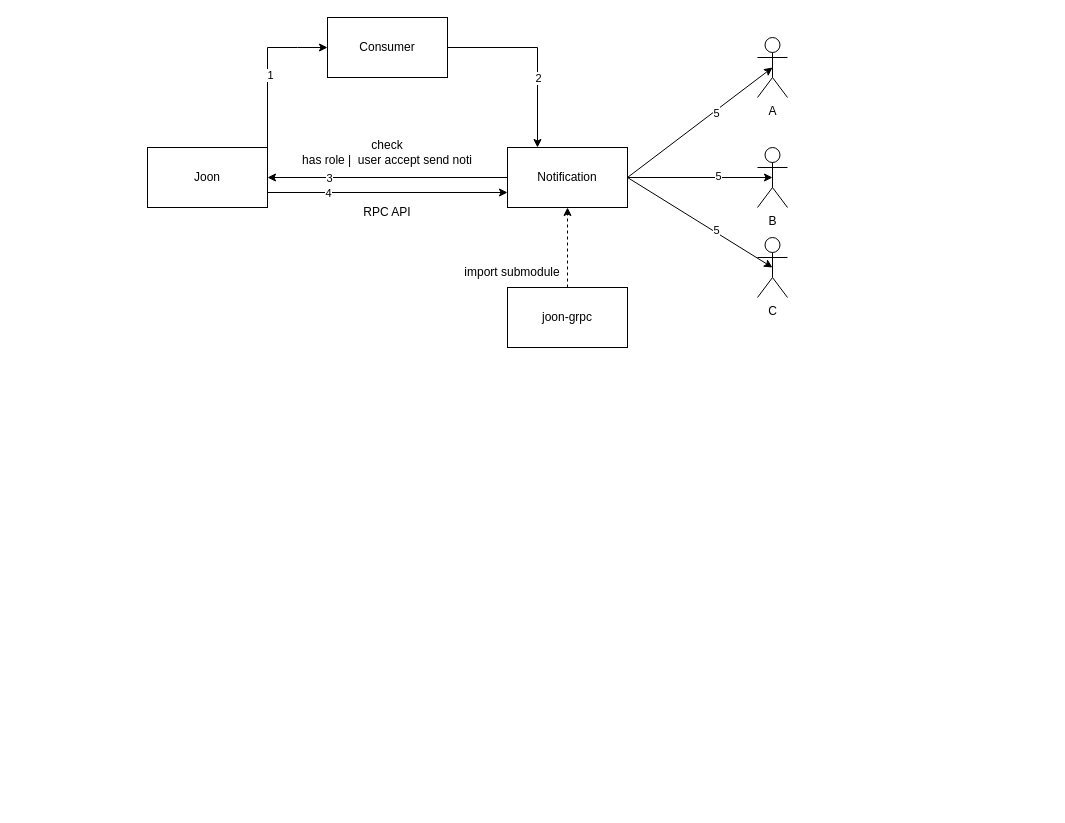
Duchieuctk41/learn_redis keeps this draw.io diagram as Untitled Diagram.drawio. Above is the earlier version. Source tidied: cells renumbered, new cells numbered last; positions are measured from the earlier drawing's top-left corner, leaving out a move shared by most shapes. Both pictures are drawn from the tidied source at 100%, with x=0, y=0 at pixel (147, 17).
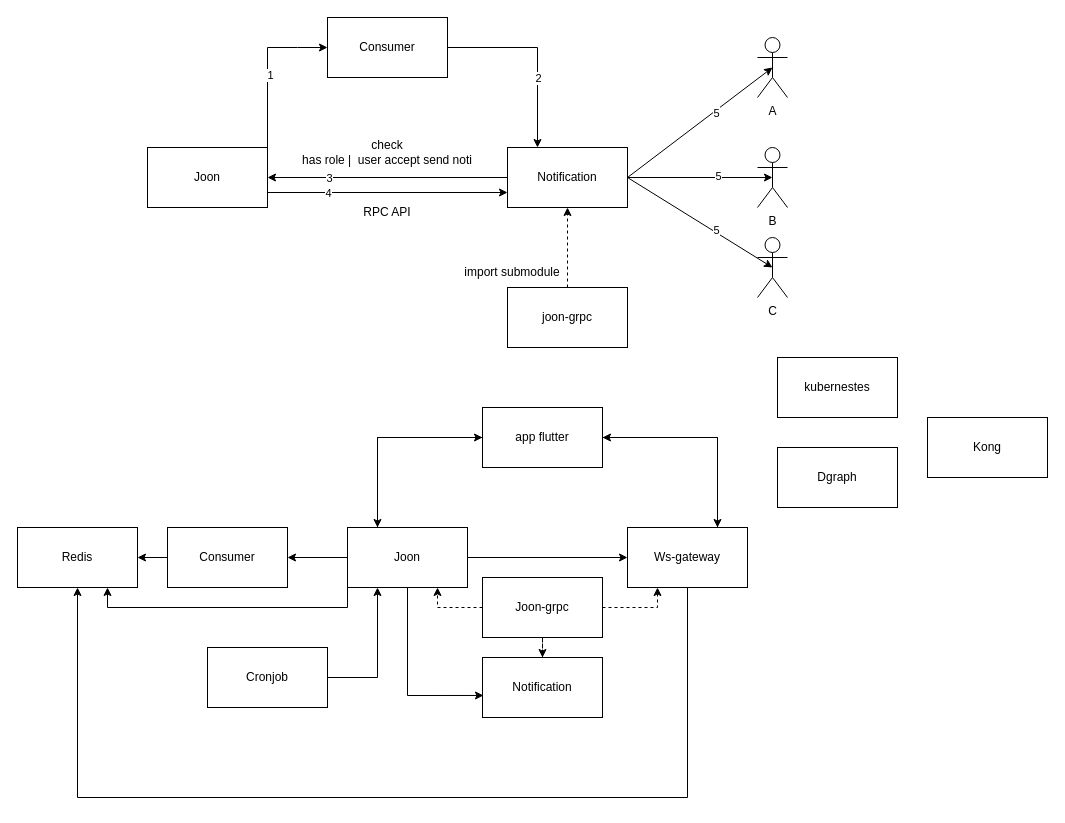
The same page after the edit.

Change to the diagram source:
```diff
@@
+    <mxCell id="27" style="edgeStyle=orthogonalEdgeStyle;rounded=0;jettySize=auto;html=1;entryX=1;entryY=0.5;entryDx=0;entryDy=0;" parent="1" edge="1" source="32" target="34">
+      <mxGeometry relative="1" as="geometry" />
+    </mxCell>
+    <mxCell id="28" style="edgeStyle=orthogonalEdgeStyle;rounded=0;jettySize=auto;html=1;entryX=0;entryY=0.5;entryDx=0;entryDy=0;" parent="1" edge="1" source="32" target="37">
+      <mxGeometry relative="1" as="geometry" />
+    </mxCell>
+    <mxCell id="29" style="edgeStyle=orthogonalEdgeStyle;rounded=0;jettySize=auto;html=1;entryX=0.008;entryY=0.633;entryDx=0;entryDy=0;entryPerimeter=0;" parent="1" edge="1" source="32" target="39">
+      <mxGeometry relative="1" as="geometry">
+        <Array as="points">
+          <mxPoint x="260" y="678" />
+        </Array>
+      </mxGeometry>
+    </mxCell>
+    <mxCell id="30" style="edgeStyle=orthogonalEdgeStyle;rounded=0;jettySize=auto;html=1;exitX=0;exitY=1;exitDx=0;exitDy=0;entryX=0.75;entryY=1;entryDx=0;entryDy=0;" parent="1" edge="1" source="32" target="48">
+      <mxGeometry relative="1" as="geometry">
+        <Array as="points">
+          <mxPoint x="200" y="590" />
+          <mxPoint x="-40" y="590" />
+        </Array>
+      </mxGeometry>
+    </mxCell>
+    <mxCell id="31" style="edgeStyle=orthogonalEdgeStyle;rounded=0;jettySize=auto;html=1;exitX=0.25;exitY=0;exitDx=0;exitDy=0;entryX=0;entryY=0.5;entryDx=0;entryDy=0;" parent="1" edge="1" source="32" target="47">
+      <mxGeometry relative="1" as="geometry" />
+    </mxCell>
+    <mxCell id="32" value="Joon" style="rounded=0;whiteSpace=wrap;html=1;" parent="1" vertex="1">
+      <mxGeometry x="200" y="510" width="120" height="60" as="geometry" />
+    </mxCell>
+    <mxCell id="33" style="edgeStyle=orthogonalEdgeStyle;rounded=0;jettySize=auto;html=1;entryX=1;entryY=0.5;entryDx=0;entryDy=0;" parent="1" edge="1" source="34" target="48">
+      <mxGeometry relative="1" as="geometry" />
+    </mxCell>
+    <mxCell id="34" value="Consumer" style="rounded=0;whiteSpace=wrap;html=1;" parent="1" vertex="1">
+      <mxGeometry x="20" y="510" width="120" height="60" as="geometry" />
+    </mxCell>
+    <mxCell id="35" style="edgeStyle=orthogonalEdgeStyle;rounded=0;jettySize=auto;html=1;entryX=0.5;entryY=1;entryDx=0;entryDy=0;" parent="1" edge="1" source="37" target="48">
+      <mxGeometry relative="1" as="geometry">
+        <Array as="points">
+          <mxPoint x="540" y="780" />
+          <mxPoint x="-70" y="780" />
+        </Array>
+      </mxGeometry>
+    </mxCell>
+    <mxCell id="36" style="edgeStyle=orthogonalEdgeStyle;rounded=0;jettySize=auto;html=1;entryX=1;entryY=0.5;entryDx=0;entryDy=0;" parent="1" edge="1" source="37" target="47">
+      <mxGeometry relative="1" as="geometry">
+        <Array as="points">
+          <mxPoint x="570" y="420" />
+        </Array>
+      </mxGeometry>
+    </mxCell>
+    <mxCell id="37" value="Ws-gateway" style="rounded=0;whiteSpace=wrap;html=1;" parent="1" vertex="1">
+      <mxGeometry x="480" y="510" width="120" height="60" as="geometry" />
+    </mxCell>
+    <mxCell id="38" value="Kong" style="rounded=0;whiteSpace=wrap;html=1;" parent="1" vertex="1">
+      <mxGeometry x="780" y="400" width="120" height="60" as="geometry" />
+    </mxCell>
+    <mxCell id="39" value="Notification" style="rounded=0;whiteSpace=wrap;html=1;" parent="1" vertex="1">
+      <mxGeometry x="335" y="640" width="120" height="60" as="geometry" />
+    </mxCell>
+    <mxCell id="40" style="edgeStyle=orthogonalEdgeStyle;rounded=0;jettySize=auto;html=1;entryX=0.25;entryY=1;entryDx=0;entryDy=0;dashed=1;" parent="1" edge="1" source="41" target="37">
+      <mxGeometry relative="1" as="geometry" />
+    </mxCell>
+    <mxCell id="41" value="Joon-grpc" style="rounded=0;whiteSpace=wrap;html=1;" parent="1" vertex="1">
+      <mxGeometry x="335" y="560" width="120" height="60" as="geometry" />
+    </mxCell>
+    <mxCell id="42" style="edgeStyle=orthogonalEdgeStyle;rounded=0;jettySize=auto;html=1;entryX=0.25;entryY=1;entryDx=0;entryDy=0;" parent="1" edge="1" source="43" target="32">
+      <mxGeometry relative="1" as="geometry">
+        <Array as="points">
+          <mxPoint x="230" y="660" />
+        </Array>
+      </mxGeometry>
+    </mxCell>
+    <mxCell id="43" value="Cronjob" style="rounded=0;whiteSpace=wrap;html=1;" parent="1" vertex="1">
+      <mxGeometry x="60" y="630" width="120" height="60" as="geometry" />
+    </mxCell>
+    <mxCell id="44" value="kubernestes" style="rounded=0;whiteSpace=wrap;html=1;" parent="1" vertex="1">
+      <mxGeometry x="630" y="340" width="120" height="60" as="geometry" />
+    </mxCell>
+    <mxCell id="45" style="edgeStyle=orthogonalEdgeStyle;rounded=0;jettySize=auto;html=1;entryX=0.25;entryY=0;entryDx=0;entryDy=0;" parent="1" edge="1" source="47" target="32">
+      <mxGeometry relative="1" as="geometry" />
+    </mxCell>
+    <mxCell id="46" style="edgeStyle=orthogonalEdgeStyle;rounded=0;jettySize=auto;html=1;entryX=0.75;entryY=0;entryDx=0;entryDy=0;" parent="1" edge="1" source="47" target="37">
+      <mxGeometry relative="1" as="geometry" />
+    </mxCell>
+    <mxCell id="47" value="app flutter" style="rounded=0;whiteSpace=wrap;html=1;" parent="1" vertex="1">
+      <mxGeometry x="335" y="390" width="120" height="60" as="geometry" />
+    </mxCell>
+    <mxCell id="48" value="Redis" style="rounded=0;whiteSpace=wrap;html=1;" parent="1" vertex="1">
+      <mxGeometry x="-130" y="510" width="120" height="60" as="geometry" />
+    </mxCell>
+    <mxCell id="49" value="Dgraph" style="rounded=0;whiteSpace=wrap;html=1;" parent="1" vertex="1">
+      <mxGeometry x="630" y="430" width="120" height="60" as="geometry" />
+    </mxCell>
+    <mxCell id="50" style="edgeStyle=orthogonalEdgeStyle;rounded=0;jettySize=auto;html=1;entryX=0.75;entryY=1;entryDx=0;entryDy=0;dashed=1;" parent="1" edge="1" source="41" target="32">
+      <mxGeometry relative="1" as="geometry" />
+    </mxCell>
+    <mxCell id="51" style="edgeStyle=orthogonalEdgeStyle;rounded=0;jettySize=auto;html=1;entryX=0.5;entryY=0;entryDx=0;entryDy=0;dashed=1;" parent="1" edge="1" source="41" target="39">
+      <mxGeometry relative="1" as="geometry" />
+    </mxCell>
```
